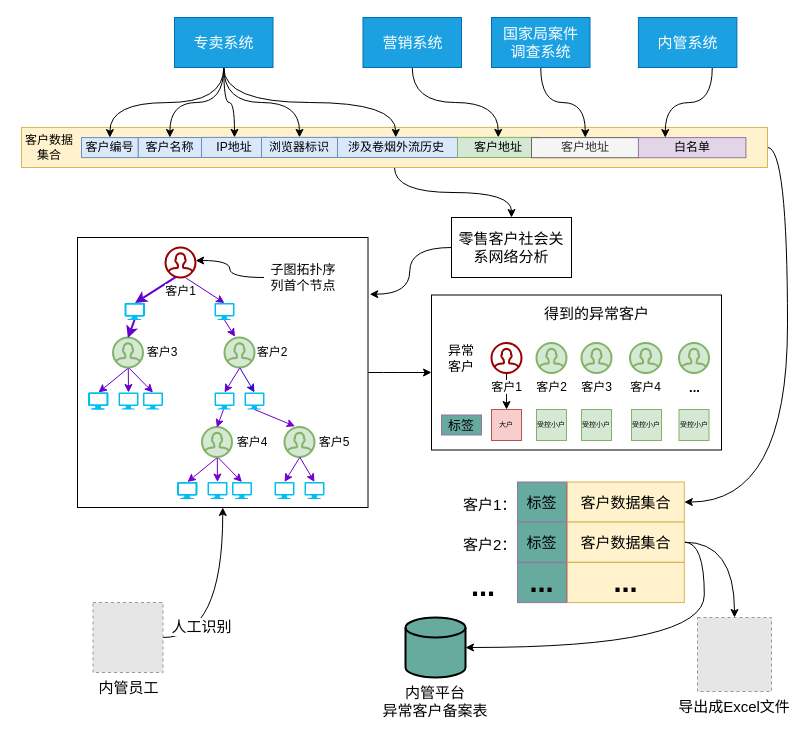
This is page "数据导出" (5 of 9) of 大户模块和接口.drawio from 1009351456/Anonymous, a draw.io file, before an edit. Source tidied: cells renumbered, new cells numbered last; positions are measured from the earlier drawing's top-left corner, leaving out a move shared by most shapes. Both pictures are drawn from the tidied source at 100%, with x=0, y=0 at pixel (17, 17). Pictures stored in the file or linked from it are replaced by grey dashed boxes.
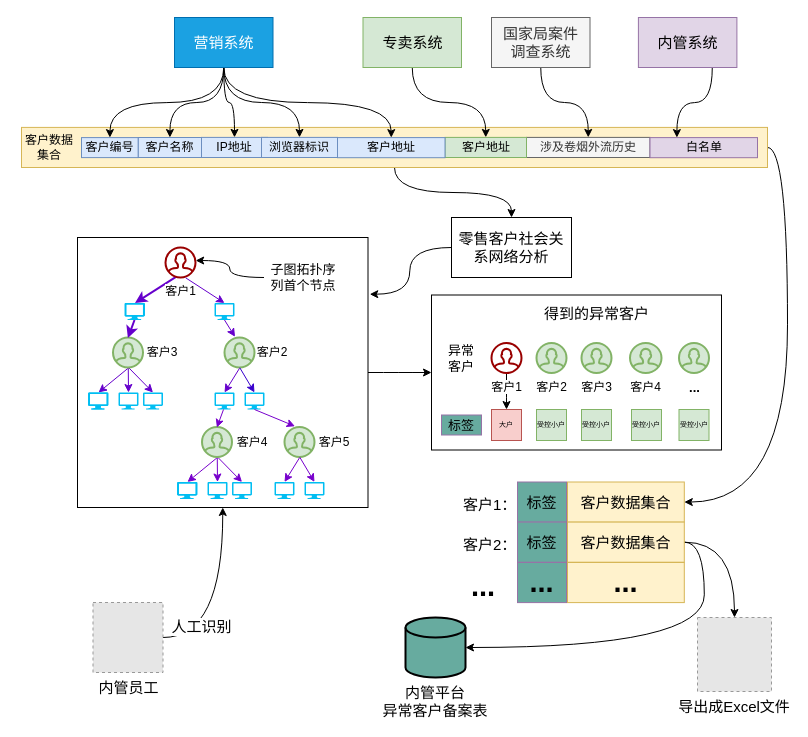
The same page after the edit.

What changed in the source:
```diff
@@
-    <mxCell id="51" value="涉及卷烟外流历史" style="rounded=0;whiteSpace=wrap;html=1;fillColor=#dae8fc;strokeColor=#6c8ebf;" parent="1" vertex="1">
-      <mxGeometry x="316.5" y="119.9" width="123.5" height="20.1" as="geometry" />
+    <mxCell id="51" value="涉及卷烟外流历史" style="rounded=0;whiteSpace=wrap;html=1;fillColor=#f5f5f5;strokeColor=#666666;fontColor=#333333;" parent="1" vertex="1">
+      <mxGeometry x="509" y="119.9" width="123.5" height="20.1" as="geometry" />
     </mxCell>
@@
-    <mxCell id="56" style="edgeStyle=orthogonalEdgeStyle;curved=1;rounded=0;jettySize=auto;html=1;exitX=0.5;exitY=1;exitDx=0;exitDy=0;entryX=0.5;entryY=0;entryDx=0;entryDy=0;" parent="1" edge="1" source="57" target="51">
-      <mxGeometry relative="1" as="geometry" />
-    </mxCell>
+    <mxCell id="104" style="edgeStyle=orthogonalEdgeStyle;curved=1;rounded=0;jettySize=auto;html=1;exitX=0.5;exitY=1;exitDx=0;exitDy=0;entryX=0.5;entryY=0;entryDx=0;entryDy=0;fontSize=15;" parent="1" edge="1" source="57" target="62">
+      <mxGeometry relative="1" as="geometry" />
+    </mxCell>
-    <mxCell id="57" value="专卖系统" style="rounded=0;whiteSpace=wrap;html=1;fillColor=#1ba1e2;strokeColor=#006EAF;fontColor=#ffffff;fontStyle=0;fontSize=15;" parent="1" vertex="1">
+    <mxCell id="57" value="营销系统" style="rounded=0;whiteSpace=wrap;html=1;fillColor=#1ba1e2;strokeColor=#006EAF;fontColor=#ffffff;fontStyle=0;fontSize=15;" parent="1" vertex="1">
       <mxGeometry x="157" width="98.5" height="50" as="geometry" />
     </mxCell>
@@
-    <mxCell id="60" value="营销系统" style="rounded=0;whiteSpace=wrap;html=1;fillColor=#1ba1e2;strokeColor=#006EAF;fontColor=#ffffff;fontStyle=0;fontSize=15;" parent="1" vertex="1">
+    <mxCell id="60" value="专卖系统" style="rounded=0;whiteSpace=wrap;html=1;fillColor=#d5e8d4;strokeColor=#82b366;fontStyle=0;fontSize=15;" parent="1" vertex="1">
       <mxGeometry x="345.5" width="98.5" height="50" as="geometry" />
     </mxCell>
     <mxCell id="61" value="客户地址" style="rounded=0;whiteSpace=wrap;html=1;fillColor=#d5e8d4;strokeColor=#82b366;" parent="1" vertex="1">
-      <mxGeometry x="440" y="119.9" width="81.5" height="20.1" as="geometry" />
+      <mxGeometry x="427.5" y="119.9" width="81.5" height="20.1" as="geometry" />
     </mxCell>
-    <mxCell id="62" value="客户地址" style="rounded=0;whiteSpace=wrap;html=1;fillColor=#f5f5f5;strokeColor=#666666;fontColor=#333333;" parent="1" vertex="1">
-      <mxGeometry x="514" y="120.1" width="107.5" height="20.1" as="geometry" />
+    <mxCell id="62" value="客户地址" style="rounded=0;whiteSpace=wrap;html=1;fillColor=#dae8fc;strokeColor=#6c8ebf;" parent="1" vertex="1">
+      <mxGeometry x="320" y="120.1" width="107.5" height="20.1" as="geometry" />
     </mxCell>
-    <mxCell id="63" style="edgeStyle=orthogonalEdgeStyle;curved=1;rounded=0;jettySize=auto;html=1;exitX=0.5;exitY=1;exitDx=0;exitDy=0;entryX=0.5;entryY=0;entryDx=0;entryDy=0;" parent="1" edge="1" source="64" target="62">
+    <mxCell id="63" style="edgeStyle=orthogonalEdgeStyle;curved=1;rounded=0;jettySize=auto;html=1;exitX=0.5;exitY=1;exitDx=0;exitDy=0;entryX=0.5;entryY=0;entryDx=0;entryDy=0;" parent="1" edge="1" source="64" target="51">
       <mxGeometry relative="1" as="geometry" />
     </mxCell>
-    <mxCell id="64" value="国家局案件&lt;br style=&quot;font-size: 15px;&quot;&gt;调查系统" style="rounded=0;whiteSpace=wrap;html=1;fillColor=#1ba1e2;strokeColor=#006EAF;fontColor=#ffffff;fontStyle=0;fontSize=15;" parent="1" vertex="1">
+    <mxCell id="64" value="国家局案件&lt;br style=&quot;font-size: 15px;&quot;&gt;调查系统" style="rounded=0;whiteSpace=wrap;html=1;fillColor=#f5f5f5;strokeColor=#666666;fontColor=#333333;fontStyle=0;fontSize=15;" parent="1" vertex="1">
       <mxGeometry x="474" width="98.5" height="50" as="geometry" />
     </mxCell>
     <mxCell id="65" value="白名单" style="rounded=0;whiteSpace=wrap;html=1;fillColor=#e1d5e7;strokeColor=#9673a6;" parent="1" vertex="1">
-      <mxGeometry x="620.9" y="120.1" width="107.5" height="20.1" as="geometry" />
+      <mxGeometry x="632.5" y="120.1" width="107.5" height="20.1" as="geometry" />
     </mxCell>
@@
-    <mxCell id="67" value="内管系统" style="rounded=0;whiteSpace=wrap;html=1;fillColor=#1ba1e2;strokeColor=#006EAF;fontColor=#ffffff;fontStyle=0;fontSize=15;" parent="1" vertex="1">
+    <mxCell id="67" value="内管系统" style="rounded=0;whiteSpace=wrap;html=1;fillColor=#e1d5e7;strokeColor=#9673a6;fontStyle=0;fontSize=15;" parent="1" vertex="1">
       <mxGeometry x="620.9" width="98.5" height="50" as="geometry" />
     </mxCell>
```
